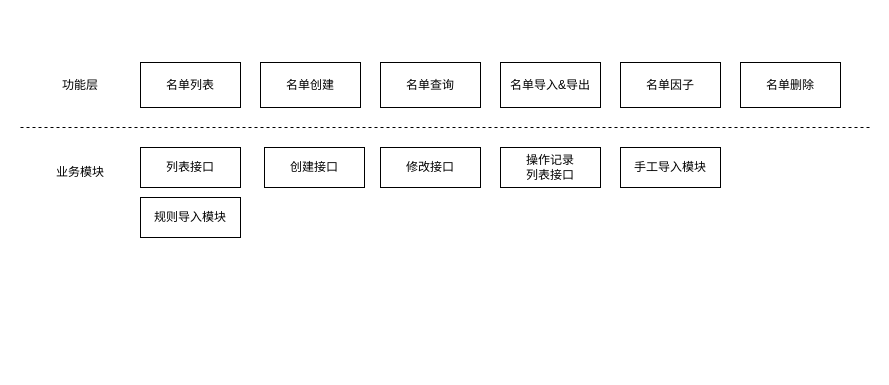
Above: namelist_infr.drawio in learn2Pro/draw_io_save (draw.io), before the change. Source tidied: cells renumbered, new cells numbered last; positions are measured from the earlier drawing's top-left corner, leaving out a move shared by most shapes. Both pictures are drawn from the tidied source at 100%, with x=0, y=0 at pixel (20, 62).
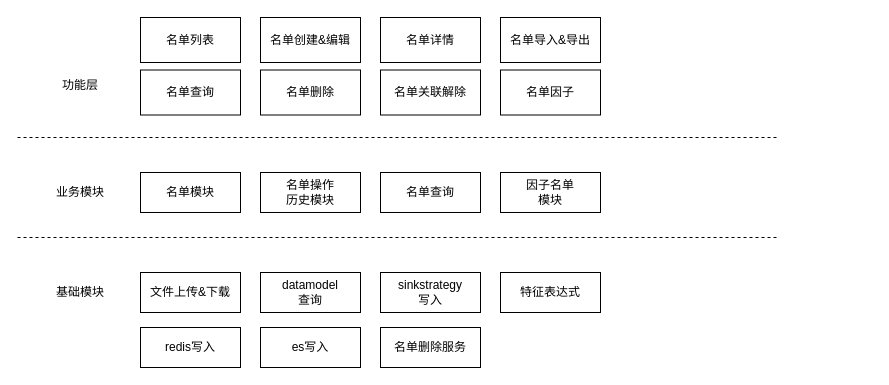
The same diagram, later.

Change to the diagram source:
```diff
@@
     <mxCell id="3" value="名单列表" style="rounded=0;whiteSpace=wrap;html=1;" parent="1" vertex="1">
-      <mxGeometry x="120" width="100" height="45" as="geometry" />
+      <mxGeometry x="120" y="-45" width="100" height="45" as="geometry" />
     </mxCell>
-    <mxCell id="4" value="名单创建" style="rounded=0;whiteSpace=wrap;html=1;" parent="1" vertex="1">
-      <mxGeometry x="240" width="100" height="45" as="geometry" />
+    <mxCell id="4" value="名单创建&amp;amp;编辑" style="rounded=0;whiteSpace=wrap;html=1;" parent="1" vertex="1">
+      <mxGeometry x="240" y="-45" width="100" height="45" as="geometry" />
     </mxCell>
     <mxCell id="5" value="名单查询" style="rounded=0;whiteSpace=wrap;html=1;" parent="1" vertex="1">
-      <mxGeometry x="360" width="100" height="45" as="geometry" />
+      <mxGeometry x="120" y="7.5" width="100" height="45" as="geometry" />
     </mxCell>
     <mxCell id="6" value="名单导入&amp;amp;导出" style="rounded=0;whiteSpace=wrap;html=1;" parent="1" vertex="1">
-      <mxGeometry x="480" width="100" height="45" as="geometry" />
+      <mxGeometry x="480" y="-45" width="100" height="45" as="geometry" />
     </mxCell>
     <mxCell id="7" value="名单因子" style="rounded=0;whiteSpace=wrap;html=1;" parent="1" vertex="1">
-      <mxGeometry x="600" width="100" height="45" as="geometry" />
+      <mxGeometry x="480" y="7.5" width="100" height="45" as="geometry" />
     </mxCell>
     <mxCell id="8" value="业务模块" style="text;html=1;strokeColor=none;fillColor=none;align=center;verticalAlign=middle;whiteSpace=wrap;rounded=0;" parent="1" vertex="1">
-      <mxGeometry x="20" y="95" width="80" height="30" as="geometry" />
+      <mxGeometry x="20" y="115" width="80" height="30" as="geometry" />
     </mxCell>
     <mxCell id="9" style="endArrow=none;dashed=1;html=1;" parent="1" edge="1">
       <mxGeometry relative="1" as="geometry">
-        <mxPoint y="65" as="sourcePoint" />
-        <mxPoint x="850" y="65" as="targetPoint" />
+        <mxPoint x="-3" y="75" as="sourcePoint" />
+        <mxPoint x="757" y="75" as="targetPoint" />
       </mxGeometry>
     </mxCell>
-    <mxCell id="10" value="列表接口" style="rounded=0;whiteSpace=wrap;html=1;" parent="1" vertex="1">
-      <mxGeometry x="120" y="85" width="100" height="40" as="geometry" />
+    <mxCell id="10" value="名单模块" style="rounded=0;whiteSpace=wrap;html=1;" parent="1" vertex="1">
+      <mxGeometry x="120" y="110" width="100" height="40" as="geometry" />
     </mxCell>
-    <mxCell id="11" value="创建接口" style="rounded=0;whiteSpace=wrap;html=1;" parent="1" vertex="1">
-      <mxGeometry x="244" y="85" width="100" height="40" as="geometry" />
+    <mxCell id="11" value="名单操作&lt;br&gt;历史模块" style="rounded=0;whiteSpace=wrap;html=1;" parent="1" vertex="1">
+      <mxGeometry x="240" y="110" width="100" height="40" as="geometry" />
     </mxCell>
-    <mxCell id="12" value="修改接口" style="rounded=0;whiteSpace=wrap;html=1;" parent="1" vertex="1">
-      <mxGeometry x="360" y="85" width="100" height="40" as="geometry" />
-    </mxCell>
-    <mxCell id="13" value="操作记录&lt;br&gt;列表接口" style="rounded=0;whiteSpace=wrap;html=1;" parent="1" vertex="1">
-      <mxGeometry x="480" y="85" width="100" height="40" as="geometry" />
+    <mxCell id="13" value="名单查询" style="rounded=0;whiteSpace=wrap;html=1;" parent="1" vertex="1">
+      <mxGeometry x="360" y="110" width="100" height="40" as="geometry" />
     </mxCell>
-    <mxCell id="14" value="手工导入模块" style="rounded=0;whiteSpace=wrap;html=1;" parent="1" vertex="1">
-      <mxGeometry x="600" y="85" width="100" height="40" as="geometry" />
+    <mxCell id="14" value="因子名单&lt;br&gt;模块" style="rounded=0;whiteSpace=wrap;html=1;" parent="1" vertex="1">
+      <mxGeometry x="480" y="110" width="100" height="40" as="geometry" />
     </mxCell>
-    <mxCell id="15" value="规则导入模块" style="rounded=0;whiteSpace=wrap;html=1;" parent="1" vertex="1">
-      <mxGeometry x="120" y="135" width="100" height="40" as="geometry" />
-    </mxCell>
     <mxCell id="16" value="名单删除" style="rounded=0;whiteSpace=wrap;html=1;" parent="1" vertex="1">
-      <mxGeometry x="720" width="100" height="45" as="geometry" />
+      <mxGeometry x="240" y="7.5" width="100" height="45" as="geometry" />
     </mxCell>
+    <mxCell id="17" value="名单关联解除" style="rounded=0;whiteSpace=wrap;html=1;" parent="1" vertex="1">
+      <mxGeometry x="360" y="7.5" width="100" height="45" as="geometry" />
+    </mxCell>
+    <mxCell id="18" value="基础模块" style="text;html=1;strokeColor=none;fillColor=none;align=center;verticalAlign=middle;whiteSpace=wrap;rounded=0;" parent="1" vertex="1">
+      <mxGeometry x="20" y="215" width="80" height="30" as="geometry" />
+    </mxCell>
+    <mxCell id="19" style="endArrow=none;dashed=1;html=1;" parent="1" edge="1">
+      <mxGeometry relative="1" as="geometry">
+        <mxPoint x="-3" y="175" as="sourcePoint" />
+        <mxPoint x="757" y="175" as="targetPoint" />
+      </mxGeometry>
+    </mxCell>
+    <mxCell id="20" value="名单详情" style="rounded=0;whiteSpace=wrap;html=1;" parent="1" vertex="1">
+      <mxGeometry x="360" y="-45" width="100" height="45" as="geometry" />
+    </mxCell>
+    <mxCell id="21" value="文件上传&amp;amp;下载" style="rounded=0;whiteSpace=wrap;html=1;" parent="1" vertex="1">
+      <mxGeometry x="120" y="210" width="100" height="40" as="geometry" />
+    </mxCell>
+    <mxCell id="22" value="datamodel&lt;br&gt;查询" style="rounded=0;whiteSpace=wrap;html=1;" parent="1" vertex="1">
+      <mxGeometry x="240" y="210" width="100" height="40" as="geometry" />
+    </mxCell>
+    <mxCell id="23" value="sinkstrategy&lt;br&gt;写入" style="rounded=0;whiteSpace=wrap;html=1;" parent="1" vertex="1">
+      <mxGeometry x="360" y="210" width="100" height="40" as="geometry" />
+    </mxCell>
+    <mxCell id="24" value="特征表达式" style="rounded=0;whiteSpace=wrap;html=1;" parent="1" vertex="1">
+      <mxGeometry x="480" y="210" width="100" height="40" as="geometry" />
+    </mxCell>
+    <mxCell id="25" value="redis写入" style="rounded=0;whiteSpace=wrap;html=1;" parent="1" vertex="1">
+      <mxGeometry x="120" y="265" width="100" height="40" as="geometry" />
+    </mxCell>
+    <mxCell id="26" value="es写入" style="rounded=0;whiteSpace=wrap;html=1;" parent="1" vertex="1">
+      <mxGeometry x="240" y="265" width="100" height="40" as="geometry" />
+    </mxCell>
+    <mxCell id="27" value="名单删除服务" style="rounded=0;whiteSpace=wrap;html=1;" parent="1" vertex="1">
+      <mxGeometry x="360" y="265" width="100" height="40" as="geometry" />
+    </mxCell>
```
